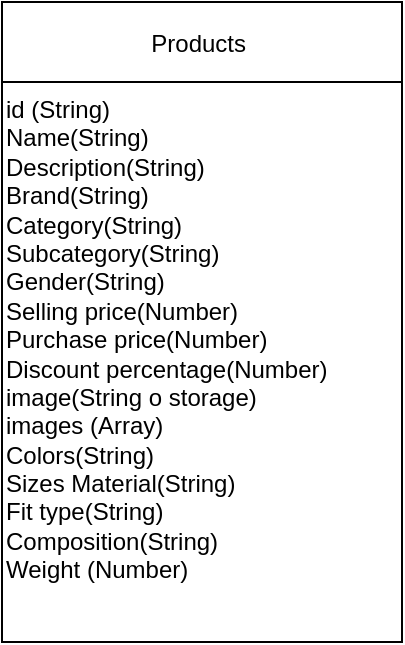
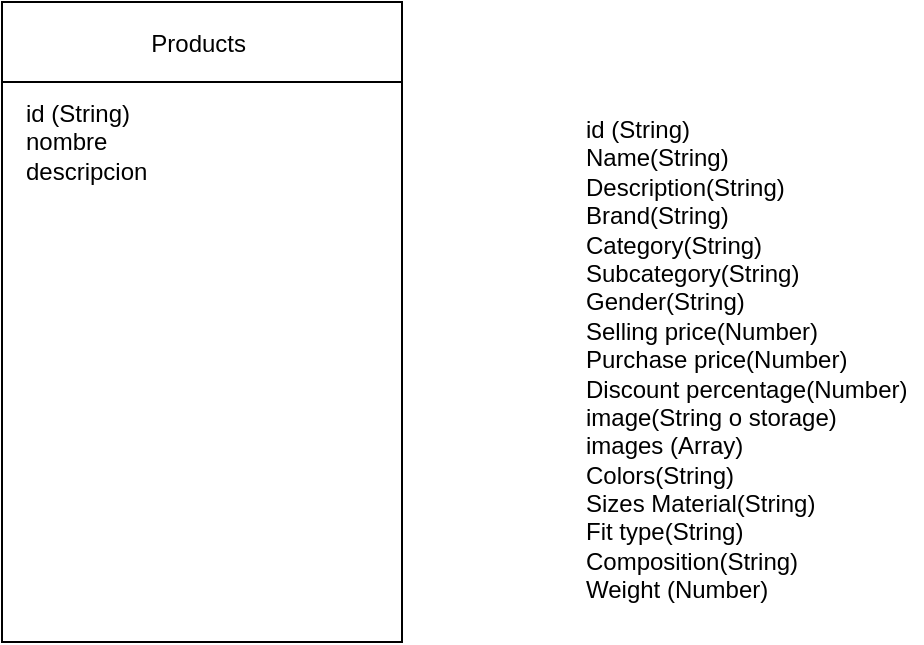
<mxfile host="65bd71144e">
    <diagram id="NIpXnvxNTuZzNo6AF07a" name="Page-1">
-         <mxGraphModel dx="772" dy="307" grid="1" gridSize="10" guides="1" tooltips="1" connect="1" arrows="1" fold="1" page="1" pageScale="1" pageWidth="850" pageHeight="1100" math="0" shadow="0">
+         <mxGraphModel dx="702" dy="451" grid="1" gridSize="10" guides="1" tooltips="1" connect="1" arrows="1" fold="1" page="1" pageScale="1" pageWidth="850" pageHeight="1100" math="0" shadow="0">
            <root>
                <mxCell id="0"/>
                <mxCell id="1" parent="0"/>
-                 <mxCell id="12" value="Products " style="shape=table;startSize=40;container=1;collapsible=0;childLayout=tableLayout;" vertex="1" parent="1">
+                 <mxCell id="12" value="Products " style="shape=table;startSize=40;container=1;collapsible=0;childLayout=tableLayout;" parent="1" vertex="1">
                    <mxGeometry x="40" width="200" height="320" as="geometry"/>
                </mxCell>
-                 <mxCell id="13" value="" style="shape=tableRow;horizontal=0;startSize=0;swimlaneHead=0;swimlaneBody=0;strokeColor=inherit;top=0;left=0;bottom=0;right=0;collapsible=0;dropTarget=0;fillColor=none;points=[[0,0.5],[1,0.5]];portConstraint=eastwest;" vertex="1" parent="12">
+                 <mxCell id="13" value="" style="shape=tableRow;horizontal=0;startSize=0;swimlaneHead=0;swimlaneBody=0;strokeColor=inherit;top=0;left=0;bottom=0;right=0;collapsible=0;dropTarget=0;fillColor=none;points=[[0,0.5],[1,0.5]];portConstraint=eastwest;" parent="12" vertex="1">
                    <mxGeometry y="40" width="200" height="280" as="geometry"/>
                </mxCell>
-                 <mxCell id="14" value="" style="shape=partialRectangle;html=1;whiteSpace=wrap;connectable=0;strokeColor=inherit;overflow=hidden;fillColor=none;top=0;left=0;bottom=0;right=0;pointerEvents=1;" vertex="1" parent="13">
+                 <mxCell id="14" value="" style="shape=partialRectangle;html=1;whiteSpace=wrap;connectable=0;strokeColor=inherit;overflow=hidden;fillColor=none;top=0;left=0;bottom=0;right=0;pointerEvents=1;" parent="13" vertex="1">
                    <mxGeometry width="200" height="280" as="geometry">
                        <mxRectangle width="200" height="280" as="alternateBounds"/>
                    </mxGeometry>
                </mxCell>
-                 <mxCell id="17" value="id (String)&#xa;Name(String)&#xa;Description(String)&#xa;Brand(String)&#xa;Category(String)&#xa;Subcategory(String)&#xa;Gender(String)&#xa;Selling price(Number)&#xa;Purchase price(Number)&#xa;Discount percentage(Number)&#xa;image(String o storage)&#xa;images (Array)&#xa;Colors(String)&#xa;Sizes Material(String)&#xa;Fit type(String)&#xa;Composition(String)&#xa;Weight (Number)" style="text;whiteSpace=wrap;" vertex="1" parent="1">
-                     <mxGeometry x="40" y="40" width="170" height="270" as="geometry"/>
+                 <mxCell id="17" value="id (String)&#xa;Name(String)&#xa;Description(String)&#xa;Brand(String)&#xa;Category(String)&#xa;Subcategory(String)&#xa;Gender(String)&#xa;Selling price(Number)&#xa;Purchase price(Number)&#xa;Discount percentage(Number)&#xa;image(String o storage)&#xa;images (Array)&#xa;Colors(String)&#xa;Sizes Material(String)&#xa;Fit type(String)&#xa;Composition(String)&#xa;Weight (Number)" style="text;whiteSpace=wrap;" parent="1" vertex="1">
+                     <mxGeometry x="330" y="50" width="170" height="270" as="geometry"/>
+                 </mxCell>
+                 <mxCell id="18" value="id (String)&#xa;nombre &#xa;descripcion " style="text;whiteSpace=wrap;" vertex="1" parent="1">
+                     <mxGeometry x="50" y="42" width="170" height="270" as="geometry"/>
                </mxCell>
            </root>
        </mxGraphModel>
    </diagram>
</mxfile>